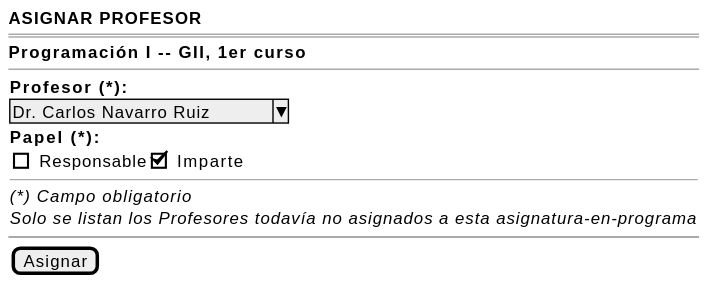
mmasias/pyCeldaPublico keeps this PlantUML diagram as images/RUP/01-requisitos/03-detalle-casos-uso/asignarProfesorAAsignaturaPrograma/wireframe.svg. Above is the earlier version.
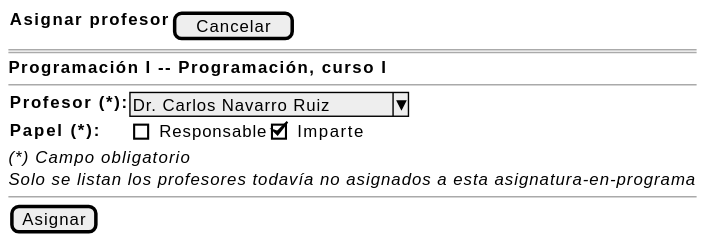
The same diagram one commit later.

Diff of the diagram source:
```diff
@@ -1,19 +1,16 @@
 @startsalt asignarProfesorAAsignaturaPrograma-wireframe
 {
-    <b>ASIGNAR PROFESOR</b>
+    { <b>Asignar profesor</b> | [ Cancelar ] }
     ====
-    <b>Programación I -- GII, 1er curso</b>
+    <b>Programación I -- Programación, curso I</b>
     --
     {
-        <b>Profesor (*):</b>
-        ^Dr. Carlos Navarro Ruiz^
-        <b>Papel (*):</b>
-        {[ ] Responsable | [X] Imparte}
-        --
-        <i>(*) Campo obligatorio</i>
-        <i>Solo se listan los Profesores todavía no asignados a esta asignatura-en-programa</i>
+        <b>Profesor (*):</b> | ^Dr. Carlos Navarro Ruiz^
+        <b>Papel (*):</b> | {[ ] Responsable | [X] Imparte}
     }
-    ~~
-    {[Asignar]}
+    <i>(*) Campo obligatorio</i>
+    <i>Solo se listan los profesores todavía no asignados a esta asignatura-en-programa</i>
+    --
+    [Asignar]
 }
 @endsalt
```
